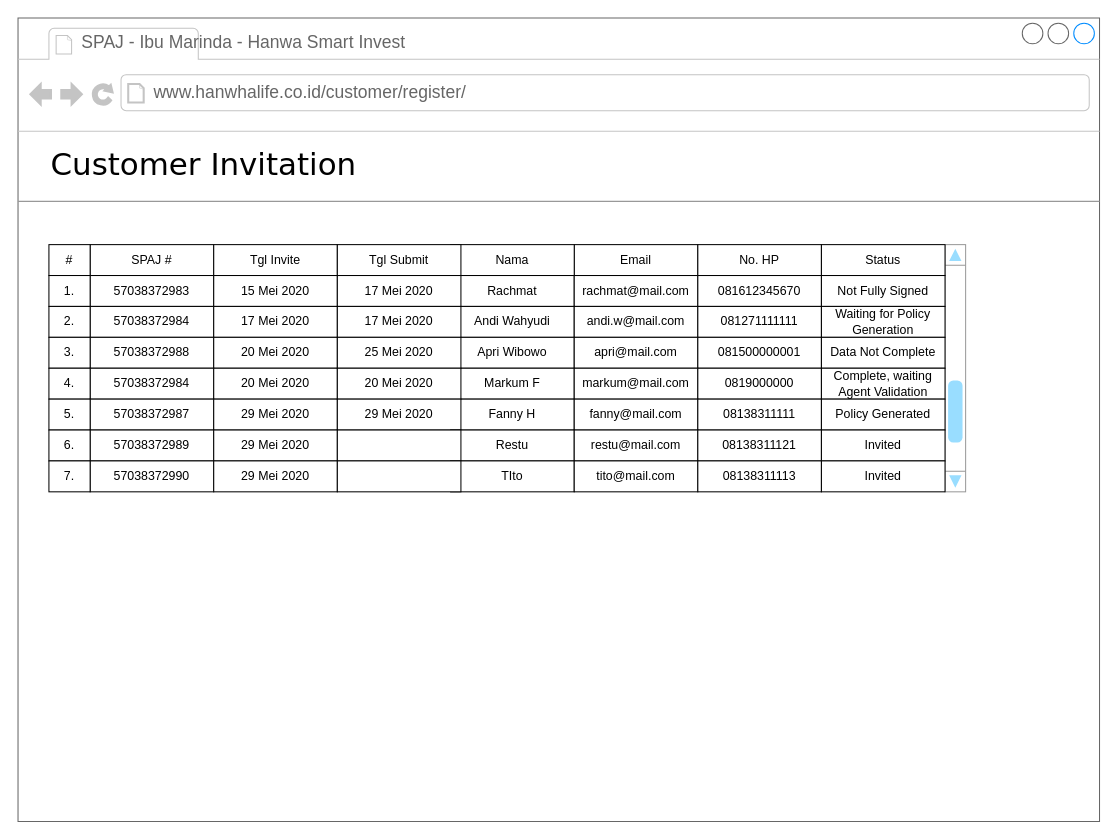
Earlier version of the draw.io diagram page "Agent View" (18 of 18) of CustomerInvitation.drawio (gustianom/hanwhaiso). Source tidied: cells renumbered, new cells numbered last; positions are measured from the earlier drawing's top-left corner, leaving out a move shared by most shapes. Both pictures are drawn from the tidied source at 103%, with x=0, y=0 at pixel (18, 18).
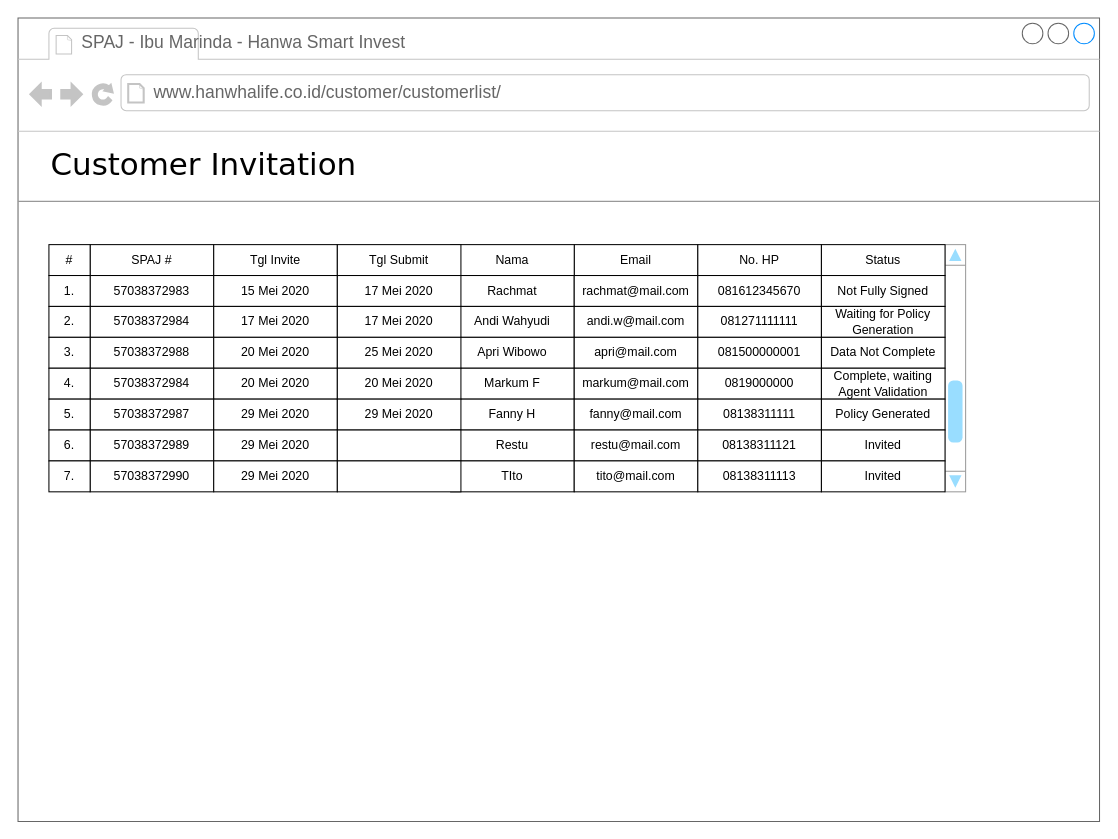
The same page after the edit.

The change refers to these unchanged cells:
```xml
<mxCell id="2" style="strokeWidth=1;shadow=0;dashed=0;align=center;html=1;shape=mxgraph.mockup.containers.browserWindow;rSize=0;strokeColor=#666666;mainText=,;rounded=0;labelBackgroundColor=none;fontFamily=Verdana;fontSize=12;" parent="1" vertex="1">
  <mxGeometry width="1050" height="780" as="geometry" />
</mxCell>
```

Change to the diagram source:
```diff
@@
-    <mxCell id="4" value="www.hanwhalife.co.id/customer/register/" style="strokeWidth=1;shadow=0;dashed=0;align=center;html=1;shape=mxgraph.mockup.containers.anchor;rSize=0;fontSize=17;fontColor=#666666;align=left;" parent="2" vertex="1">
+    <mxCell id="4" value="www.hanwhalife.co.id/customer/customerlist/" style="strokeWidth=1;shadow=0;dashed=0;align=center;html=1;shape=mxgraph.mockup.containers.anchor;rSize=0;fontSize=17;fontColor=#666666;align=left;" parent="2" vertex="1">
       <mxGeometry x="130" y="60" width="250" height="26" as="geometry" />
     </mxCell>
```
